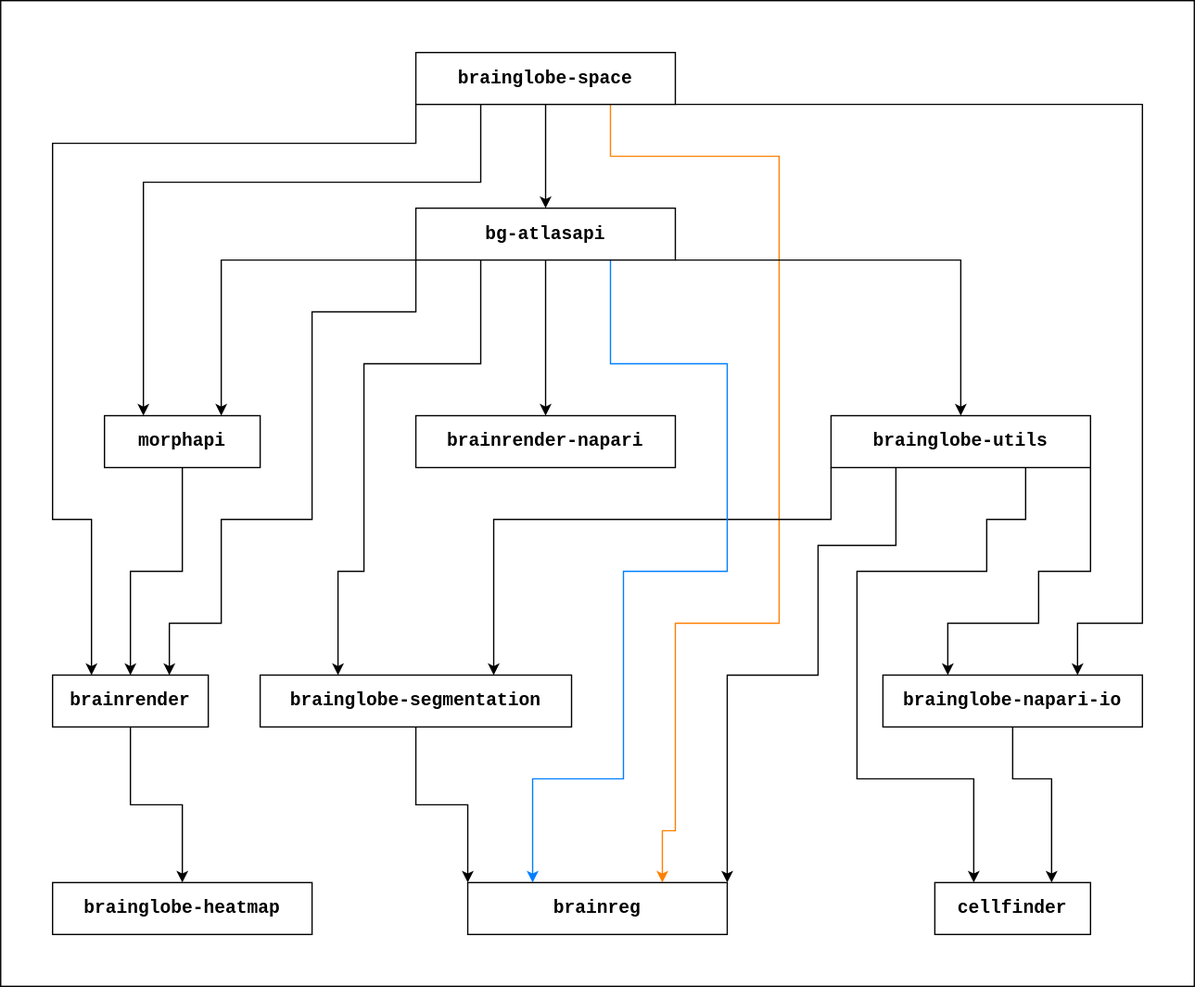
Above: _images/brainglobe-dependencies.svg in brainglobe/brainglobe.github.io (draw.io), before the change. Source tidied: cells renumbered, new cells last; positions are measured from the earlier drawing's top-left corner, leaving out a move shared by most shapes.
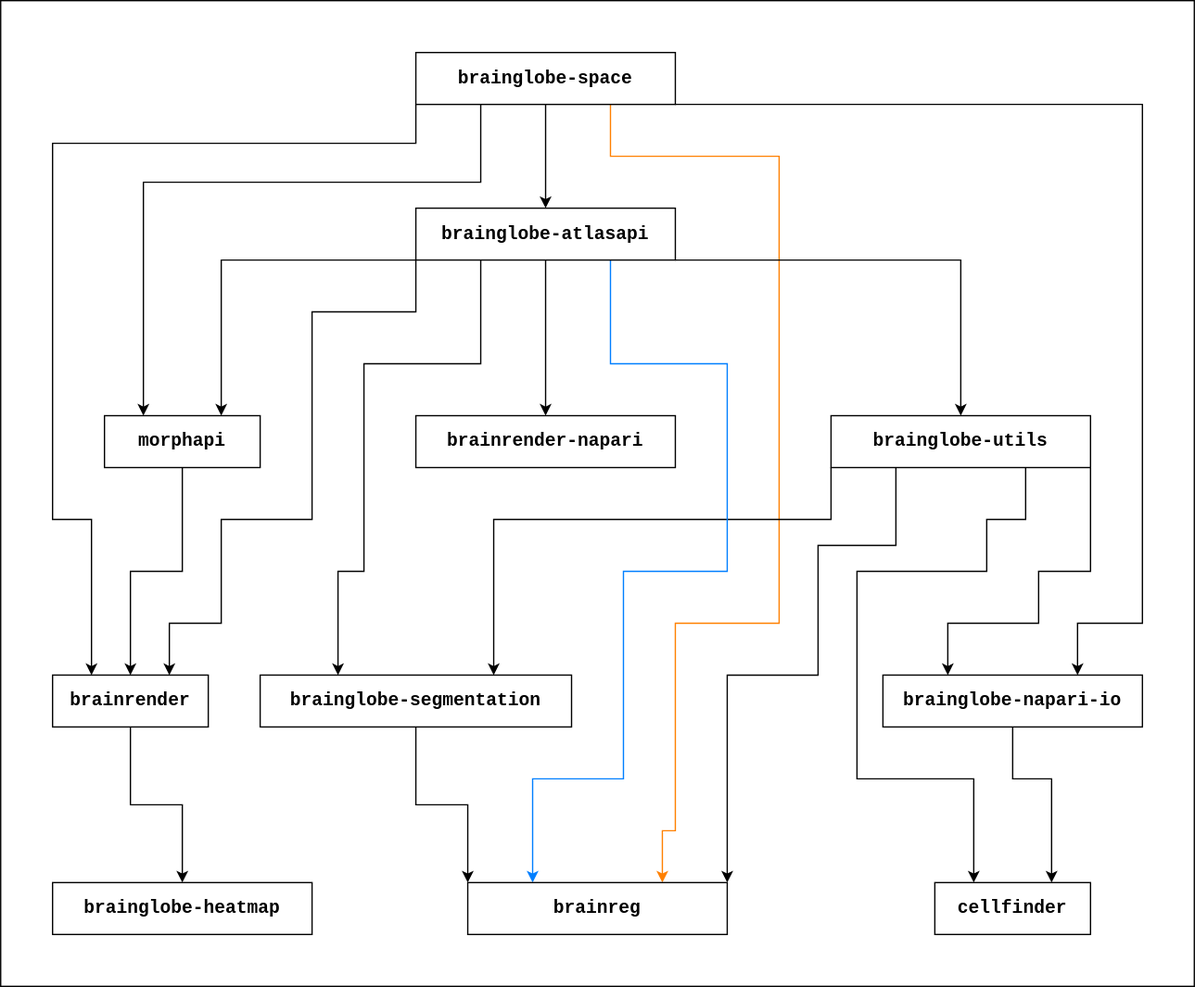
The same file after the commit.

Change to the diagram source:
```diff
@@ -140,7 +140,7 @@
         </Array>
       </mxGeometry>
     </mxCell>
-    <mxCell id="19" value="bg-atlasapi" style="rounded=0;whiteSpace=wrap;html=1;fillColor=default;fontFamily=Courier New;fontStyle=1;fontSize=14;fontColor=default;" parent="1" vertex="1">
+    <mxCell id="19" value="brainglobe-atlasapi" style="rounded=0;whiteSpace=wrap;html=1;fillColor=default;fontFamily=Courier New;fontStyle=1;fontSize=14;fontColor=default;" parent="1" vertex="1">
       <mxGeometry x="320" y="160" width="200" height="40" as="geometry" />
     </mxCell>
     <mxCell id="20" style="edgeStyle=orthogonalEdgeStyle;rounded=0;jettySize=auto;html=1;exitX=0.5;exitY=1;exitDx=0;exitDy=0;entryX=0.5;entryY=0;entryDx=0;entryDy=0;" parent="1" edge="1" source="21" target="30">
```
